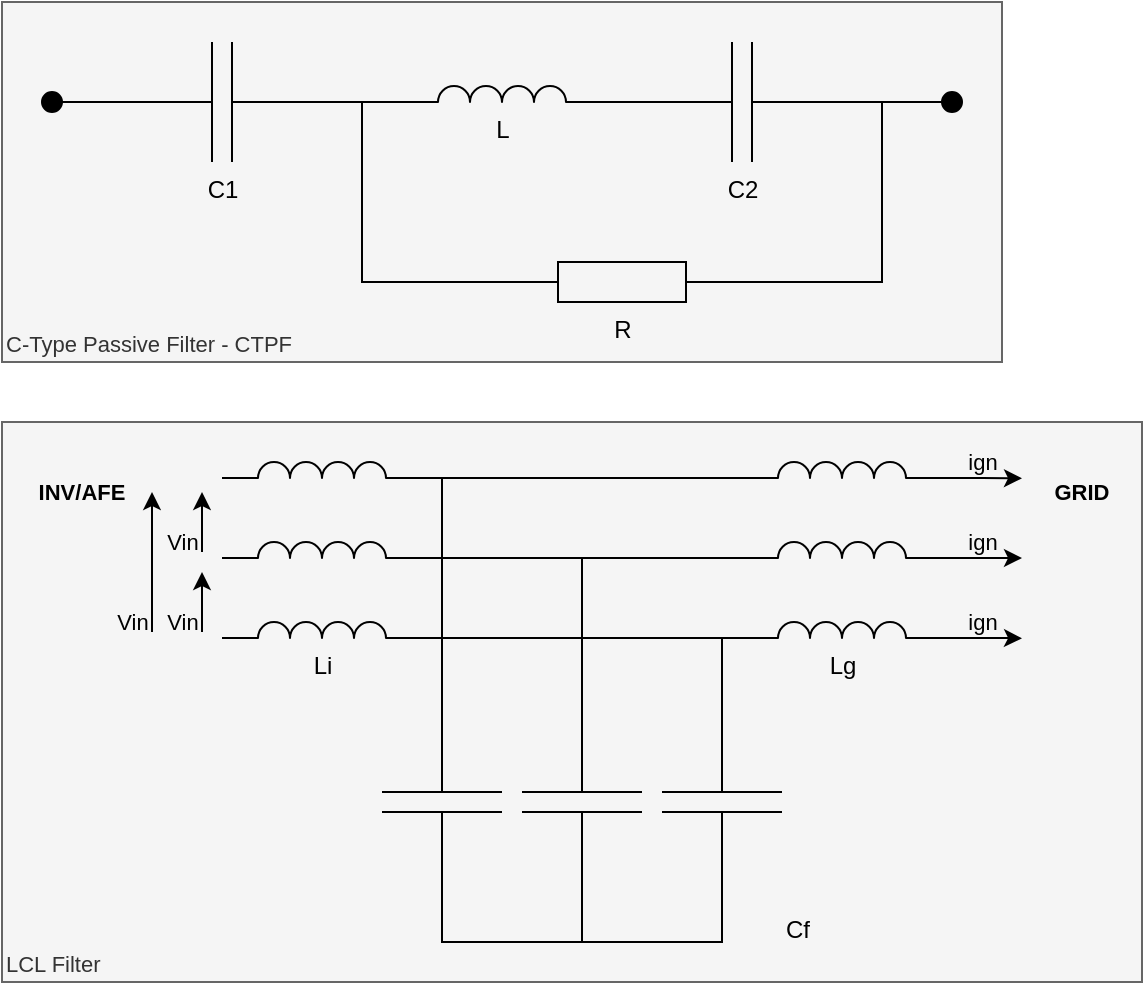
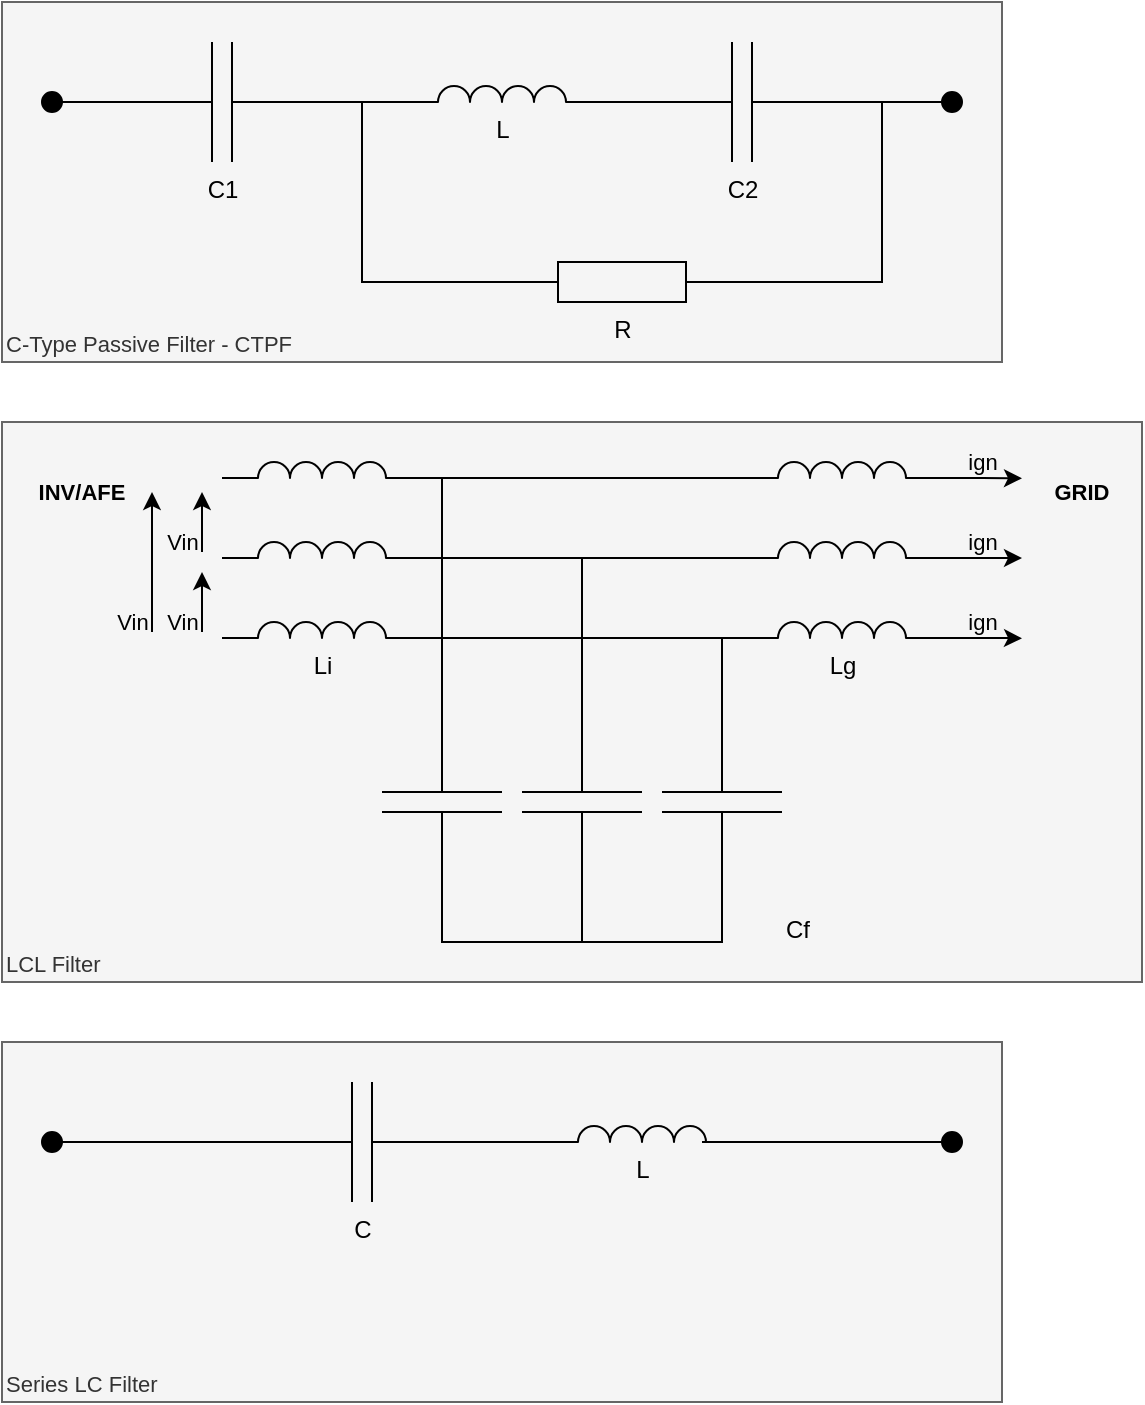
<mxfile host="Electron">
  <diagram name="CTPF" id="x4xFcfhwSQwX6V_FQ3n5" viewBox="-135 0 1438 874 1">
-     <mxGraphModel dx="1414" dy="849" grid="1" gridSize="10" guides="1" tooltips="1" connect="1" arrows="1" fold="1" page="1" pageScale="1" pageWidth="1654" pageHeight="1169" math="0" shadow="0">
+     <mxGraphModel dx="1414" dy="844" grid="1" gridSize="10" guides="1" tooltips="1" connect="1" arrows="1" fold="1" page="1" pageScale="1" pageWidth="1654" pageHeight="1169" math="0" shadow="0">
      <root>
        <mxCell id="0" />
        <mxCell id="1" parent="0" />
        <mxCell id="cPqXYeygmooxPkBjhbgU-29" parent="1" style="rounded=0;whiteSpace=wrap;html=1;fontFamily=Helvetica;fontSize=11;fontColor=#333333;labelBackgroundColor=none;fillColor=#f5f5f5;strokeColor=#666666;verticalAlign=bottom;align=left;" value="LCL Filter" vertex="1">
          <mxGeometry height="280" width="570" x="40" y="250" as="geometry" />
        </mxCell>
        <mxCell id="cFjBPHRrkPQ9D8P8pO_k-18" parent="1" style="rounded=0;whiteSpace=wrap;html=1;fontFamily=Helvetica;fontSize=11;fontColor=#333333;labelBackgroundColor=none;fillColor=#f5f5f5;strokeColor=#666666;verticalAlign=bottom;align=left;" value="C-Type Passive Filter - CTPF" vertex="1">
          <mxGeometry height="180" width="500" x="40" y="40" as="geometry" />
        </mxCell>
        <mxCell id="cFjBPHRrkPQ9D8P8pO_k-12" edge="1" parent="1" source="cFjBPHRrkPQ9D8P8pO_k-1" style="edgeStyle=orthogonalEdgeStyle;shape=connector;rounded=0;orthogonalLoop=1;jettySize=auto;html=1;exitX=0;exitY=0.5;exitDx=0;exitDy=0;exitPerimeter=0;entryX=1;entryY=0.5;entryDx=0;entryDy=0;strokeColor=default;align=center;verticalAlign=middle;fontFamily=Helvetica;fontSize=11;fontColor=default;labelBackgroundColor=default;endArrow=none;endFill=0;" target="cFjBPHRrkPQ9D8P8pO_k-16">
          <mxGeometry relative="1" as="geometry">
            <mxPoint x="70.00000000000819" y="90" as="targetPoint" />
          </mxGeometry>
        </mxCell>
        <mxCell id="cFjBPHRrkPQ9D8P8pO_k-1" parent="1" style="pointerEvents=1;verticalLabelPosition=bottom;shadow=0;dashed=0;align=center;html=1;verticalAlign=top;shape=mxgraph.electrical.capacitors.capacitor_1;" value="C1" vertex="1">
          <mxGeometry height="60" width="100" x="100" y="60" as="geometry" />
        </mxCell>
        <mxCell id="cFjBPHRrkPQ9D8P8pO_k-15" edge="1" parent="1" source="cFjBPHRrkPQ9D8P8pO_k-2" style="edgeStyle=orthogonalEdgeStyle;shape=connector;rounded=0;orthogonalLoop=1;jettySize=auto;html=1;exitX=1;exitY=0.5;exitDx=0;exitDy=0;exitPerimeter=0;entryX=0;entryY=0.5;entryDx=0;entryDy=0;strokeColor=default;align=center;verticalAlign=middle;fontFamily=Helvetica;fontSize=11;fontColor=default;labelBackgroundColor=default;endArrow=none;endFill=0;" target="cFjBPHRrkPQ9D8P8pO_k-13">
          <mxGeometry relative="1" as="geometry" />
        </mxCell>
        <mxCell id="cFjBPHRrkPQ9D8P8pO_k-2" parent="1" style="pointerEvents=1;verticalLabelPosition=bottom;shadow=0;dashed=0;align=center;html=1;verticalAlign=top;shape=mxgraph.electrical.capacitors.capacitor_1;" value="C2" vertex="1">
          <mxGeometry height="60" width="100" x="360" y="60" as="geometry" />
        </mxCell>
        <mxCell id="cFjBPHRrkPQ9D8P8pO_k-3" parent="1" style="pointerEvents=1;verticalLabelPosition=bottom;shadow=0;dashed=0;align=center;html=1;verticalAlign=top;shape=mxgraph.electrical.inductors.inductor_3;" value="L" vertex="1">
          <mxGeometry height="8" width="100" x="240" y="82" as="geometry" />
        </mxCell>
        <mxCell id="cFjBPHRrkPQ9D8P8pO_k-4" parent="1" style="pointerEvents=1;verticalLabelPosition=bottom;shadow=0;dashed=0;align=center;html=1;verticalAlign=top;shape=mxgraph.electrical.resistors.resistor_1;fillColor=none;" value="R" vertex="1">
          <mxGeometry height="20" width="100" x="300" y="170" as="geometry" />
        </mxCell>
        <mxCell id="cFjBPHRrkPQ9D8P8pO_k-5" edge="1" parent="1" source="cFjBPHRrkPQ9D8P8pO_k-3" style="edgeStyle=orthogonalEdgeStyle;rounded=0;orthogonalLoop=1;jettySize=auto;html=1;exitX=1;exitY=1;exitDx=0;exitDy=0;exitPerimeter=0;entryX=0;entryY=0.5;entryDx=0;entryDy=0;entryPerimeter=0;endArrow=none;endFill=0;" target="cFjBPHRrkPQ9D8P8pO_k-2">
          <mxGeometry relative="1" as="geometry" />
        </mxCell>
        <mxCell id="cFjBPHRrkPQ9D8P8pO_k-6" edge="1" parent="1" source="cFjBPHRrkPQ9D8P8pO_k-2" style="edgeStyle=orthogonalEdgeStyle;shape=connector;rounded=0;orthogonalLoop=1;jettySize=auto;html=1;exitX=1;exitY=0.5;exitDx=0;exitDy=0;exitPerimeter=0;entryX=1;entryY=0.5;entryDx=0;entryDy=0;entryPerimeter=0;strokeColor=default;align=center;verticalAlign=middle;fontFamily=Helvetica;fontSize=11;fontColor=default;labelBackgroundColor=default;endArrow=none;endFill=0;" target="cFjBPHRrkPQ9D8P8pO_k-4">
          <mxGeometry relative="1" as="geometry" />
        </mxCell>
        <mxCell id="cFjBPHRrkPQ9D8P8pO_k-7" edge="1" parent="1" source="cFjBPHRrkPQ9D8P8pO_k-3" style="edgeStyle=orthogonalEdgeStyle;shape=connector;rounded=0;orthogonalLoop=1;jettySize=auto;html=1;exitX=0;exitY=1;exitDx=0;exitDy=0;exitPerimeter=0;entryX=0;entryY=0.5;entryDx=0;entryDy=0;entryPerimeter=0;strokeColor=default;align=center;verticalAlign=middle;fontFamily=Helvetica;fontSize=11;fontColor=default;labelBackgroundColor=default;endArrow=none;endFill=0;" target="cFjBPHRrkPQ9D8P8pO_k-4">
          <mxGeometry relative="1" as="geometry">
            <Array as="points">
              <mxPoint x="220" y="90" />
              <mxPoint x="220" y="180" />
            </Array>
          </mxGeometry>
        </mxCell>
        <mxCell id="cFjBPHRrkPQ9D8P8pO_k-13" parent="1" style="ellipse;fillColor=strokeColor;html=1;fontFamily=Helvetica;fontSize=11;fontColor=default;labelBackgroundColor=default;aspect=fixed;" value="" vertex="1">
          <mxGeometry height="10" width="10" x="510" y="85" as="geometry" />
        </mxCell>
        <mxCell id="cFjBPHRrkPQ9D8P8pO_k-16" parent="1" style="ellipse;fillColor=strokeColor;html=1;fontFamily=Helvetica;fontSize=11;fontColor=default;labelBackgroundColor=default;aspect=fixed;" value="" vertex="1">
          <mxGeometry height="10" width="10" x="60" y="85" as="geometry" />
        </mxCell>
        <mxCell id="cFjBPHRrkPQ9D8P8pO_k-17" edge="1" parent="1" source="cFjBPHRrkPQ9D8P8pO_k-1" style="edgeStyle=orthogonalEdgeStyle;shape=connector;rounded=0;orthogonalLoop=1;jettySize=auto;html=1;exitX=1;exitY=0.5;exitDx=0;exitDy=0;exitPerimeter=0;entryX=0;entryY=1;entryDx=0;entryDy=0;entryPerimeter=0;strokeColor=default;align=center;verticalAlign=middle;fontFamily=Helvetica;fontSize=11;fontColor=default;labelBackgroundColor=default;endArrow=none;endFill=0;" target="cFjBPHRrkPQ9D8P8pO_k-3">
          <mxGeometry relative="1" as="geometry">
            <Array as="points">
              <mxPoint x="230" y="90" />
              <mxPoint x="230" y="90" />
            </Array>
          </mxGeometry>
        </mxCell>
        <mxCell id="cPqXYeygmooxPkBjhbgU-1" parent="1" style="pointerEvents=1;verticalLabelPosition=bottom;shadow=0;dashed=0;align=center;html=1;verticalAlign=top;shape=mxgraph.electrical.inductors.inductor_3;labelBackgroundColor=none;" value="" vertex="1">
          <mxGeometry height="8" width="100" x="150" y="270" as="geometry" />
        </mxCell>
        <mxCell id="cPqXYeygmooxPkBjhbgU-2" edge="1" parent="1" source="cPqXYeygmooxPkBjhbgU-1" style="edgeStyle=orthogonalEdgeStyle;rounded=0;orthogonalLoop=1;jettySize=auto;html=1;exitX=1;exitY=1;exitDx=0;exitDy=0;exitPerimeter=0;entryX=0;entryY=1;entryDx=0;entryDy=0;entryPerimeter=0;endArrow=none;endFill=0;labelBackgroundColor=none;" target="cPqXYeygmooxPkBjhbgU-7">
          <mxGeometry relative="1" as="geometry">
            <Array as="points">
              <mxPoint x="310" y="278" />
              <mxPoint x="310" y="278" />
            </Array>
            <mxPoint x="230" y="278" as="targetPoint" />
          </mxGeometry>
        </mxCell>
        <mxCell id="cPqXYeygmooxPkBjhbgU-3" parent="1" style="pointerEvents=1;verticalLabelPosition=bottom;shadow=0;dashed=0;align=center;html=1;verticalAlign=top;shape=mxgraph.electrical.inductors.inductor_3;labelBackgroundColor=none;" value="" vertex="1">
          <mxGeometry height="8" width="100" x="150" y="310" as="geometry" />
        </mxCell>
        <mxCell id="cPqXYeygmooxPkBjhbgU-4" edge="1" parent="1" source="cPqXYeygmooxPkBjhbgU-3" style="edgeStyle=orthogonalEdgeStyle;rounded=0;orthogonalLoop=1;jettySize=auto;html=1;exitX=1;exitY=1;exitDx=0;exitDy=0;exitPerimeter=0;entryX=0;entryY=1;entryDx=0;entryDy=0;entryPerimeter=0;endArrow=none;endFill=0;labelBackgroundColor=none;" target="cPqXYeygmooxPkBjhbgU-9">
          <mxGeometry relative="1" as="geometry">
            <Array as="points">
              <mxPoint x="300" y="318" />
              <mxPoint x="300" y="318" />
            </Array>
            <mxPoint x="230" y="318" as="targetPoint" />
          </mxGeometry>
        </mxCell>
        <mxCell id="cPqXYeygmooxPkBjhbgU-5" parent="1" style="pointerEvents=1;verticalLabelPosition=bottom;shadow=0;dashed=0;align=center;html=1;verticalAlign=top;shape=mxgraph.electrical.inductors.inductor_3;labelBackgroundColor=none;" value="Li" vertex="1">
          <mxGeometry height="8" width="100" x="150" y="350" as="geometry" />
        </mxCell>
        <mxCell id="cPqXYeygmooxPkBjhbgU-6" edge="1" parent="1" source="cPqXYeygmooxPkBjhbgU-5" style="edgeStyle=orthogonalEdgeStyle;rounded=0;orthogonalLoop=1;jettySize=auto;html=1;exitX=1;exitY=1;exitDx=0;exitDy=0;exitPerimeter=0;entryX=0;entryY=1;entryDx=0;entryDy=0;entryPerimeter=0;endArrow=none;endFill=0;labelBackgroundColor=none;" target="cPqXYeygmooxPkBjhbgU-11">
          <mxGeometry relative="1" as="geometry">
            <Array as="points">
              <mxPoint x="310" y="358" />
              <mxPoint x="310" y="358" />
            </Array>
            <mxPoint x="230" y="358" as="targetPoint" />
          </mxGeometry>
        </mxCell>
        <mxCell id="cPqXYeygmooxPkBjhbgU-23" edge="1" parent="1" source="cPqXYeygmooxPkBjhbgU-7" style="edgeStyle=orthogonalEdgeStyle;shape=connector;rounded=0;orthogonalLoop=1;jettySize=auto;html=1;exitX=1;exitY=1;exitDx=0;exitDy=0;exitPerimeter=0;strokeColor=default;align=center;verticalAlign=middle;fontFamily=Helvetica;fontSize=11;fontColor=default;labelBackgroundColor=none;endArrow=classic;endFill=1;" value="ign">
          <mxGeometry relative="1" y="8" as="geometry">
            <mxPoint as="offset" />
            <Array as="points">
              <mxPoint x="530" y="278" />
              <mxPoint x="530" y="278" />
            </Array>
            <mxPoint x="550" y="278.1379310344828" as="targetPoint" />
          </mxGeometry>
        </mxCell>
        <mxCell id="cPqXYeygmooxPkBjhbgU-7" parent="1" style="pointerEvents=1;verticalLabelPosition=bottom;shadow=0;dashed=0;align=center;html=1;verticalAlign=top;shape=mxgraph.electrical.inductors.inductor_3;labelBackgroundColor=none;" value="" vertex="1">
          <mxGeometry height="8" width="100" x="410" y="270" as="geometry" />
        </mxCell>
        <mxCell id="cPqXYeygmooxPkBjhbgU-24" edge="1" parent="1" source="cPqXYeygmooxPkBjhbgU-9" style="edgeStyle=orthogonalEdgeStyle;shape=connector;rounded=0;orthogonalLoop=1;jettySize=auto;html=1;exitX=1;exitY=1;exitDx=0;exitDy=0;exitPerimeter=0;strokeColor=default;align=center;verticalAlign=middle;fontFamily=Helvetica;fontSize=11;fontColor=default;labelBackgroundColor=none;endArrow=classic;endFill=1;" value="ign">
          <mxGeometry relative="1" y="8" as="geometry">
            <mxPoint as="offset" />
            <Array as="points">
              <mxPoint x="530" y="318" />
              <mxPoint x="530" y="318" />
            </Array>
            <mxPoint x="550" y="318" as="targetPoint" />
          </mxGeometry>
        </mxCell>
        <mxCell id="cPqXYeygmooxPkBjhbgU-9" parent="1" style="pointerEvents=1;verticalLabelPosition=bottom;shadow=0;dashed=0;align=center;html=1;verticalAlign=top;shape=mxgraph.electrical.inductors.inductor_3;labelBackgroundColor=none;" value="" vertex="1">
          <mxGeometry height="8" width="100" x="410" y="310" as="geometry" />
        </mxCell>
        <mxCell id="cPqXYeygmooxPkBjhbgU-25" edge="1" parent="1" source="cPqXYeygmooxPkBjhbgU-11" style="edgeStyle=orthogonalEdgeStyle;shape=connector;rounded=0;orthogonalLoop=1;jettySize=auto;html=1;exitX=1;exitY=1;exitDx=0;exitDy=0;exitPerimeter=0;strokeColor=default;align=center;verticalAlign=middle;fontFamily=Helvetica;fontSize=11;fontColor=default;labelBackgroundColor=none;endArrow=classic;endFill=1;" value="ign">
          <mxGeometry relative="1" y="8" as="geometry">
            <mxPoint as="offset" />
            <Array as="points">
              <mxPoint x="540" y="358" />
              <mxPoint x="540" y="358" />
            </Array>
            <mxPoint x="550" y="358.1379310344828" as="targetPoint" />
          </mxGeometry>
        </mxCell>
        <mxCell id="cPqXYeygmooxPkBjhbgU-11" parent="1" style="pointerEvents=1;verticalLabelPosition=bottom;shadow=0;dashed=0;align=center;html=1;verticalAlign=top;shape=mxgraph.electrical.inductors.inductor_3;labelBackgroundColor=none;" value="Lg" vertex="1">
          <mxGeometry height="8" width="100" x="410" y="350" as="geometry" />
        </mxCell>
        <mxCell id="cPqXYeygmooxPkBjhbgU-13" parent="1" style="pointerEvents=1;verticalLabelPosition=bottom;shadow=0;dashed=0;align=center;html=1;verticalAlign=top;shape=mxgraph.electrical.capacitors.capacitor_1;rotation=90;labelBackgroundColor=none;" value="" vertex="1">
          <mxGeometry height="60" width="100" x="280" y="410" as="geometry" />
        </mxCell>
        <mxCell id="cPqXYeygmooxPkBjhbgU-14" parent="1" style="pointerEvents=1;verticalLabelPosition=bottom;shadow=0;dashed=0;align=left;html=1;verticalAlign=top;shape=mxgraph.electrical.capacitors.capacitor_1;rotation=90;horizontal=0;labelPosition=right;labelBackgroundColor=none;" value="Cf" vertex="1">
          <mxGeometry height="60" width="100" x="350" y="410" as="geometry" />
        </mxCell>
        <mxCell id="cPqXYeygmooxPkBjhbgU-15" parent="1" style="pointerEvents=1;verticalLabelPosition=bottom;shadow=0;dashed=0;align=center;html=1;verticalAlign=top;shape=mxgraph.electrical.capacitors.capacitor_1;rotation=90;labelBackgroundColor=none;" value="" vertex="1">
          <mxGeometry height="60" width="100" x="210" y="410" as="geometry" />
        </mxCell>
        <mxCell id="cPqXYeygmooxPkBjhbgU-16" edge="1" parent="1" source="cPqXYeygmooxPkBjhbgU-15" style="edgeStyle=orthogonalEdgeStyle;rounded=0;orthogonalLoop=1;jettySize=auto;html=1;exitX=0;exitY=0.5;exitDx=0;exitDy=0;exitPerimeter=0;entryX=1;entryY=1;entryDx=0;entryDy=0;entryPerimeter=0;endArrow=none;endFill=0;labelBackgroundColor=none;" target="cPqXYeygmooxPkBjhbgU-1">
          <mxGeometry relative="1" as="geometry">
            <Array as="points">
              <mxPoint x="260" y="278" />
            </Array>
          </mxGeometry>
        </mxCell>
        <mxCell id="cPqXYeygmooxPkBjhbgU-17" edge="1" parent="1" source="cPqXYeygmooxPkBjhbgU-13" style="edgeStyle=orthogonalEdgeStyle;shape=connector;rounded=0;orthogonalLoop=1;jettySize=auto;html=1;exitX=0;exitY=0.5;exitDx=0;exitDy=0;exitPerimeter=0;entryX=1;entryY=1;entryDx=0;entryDy=0;entryPerimeter=0;strokeColor=default;align=center;verticalAlign=middle;fontFamily=Helvetica;fontSize=11;fontColor=default;labelBackgroundColor=none;endArrow=none;endFill=0;" target="cPqXYeygmooxPkBjhbgU-3">
          <mxGeometry relative="1" as="geometry">
            <Array as="points">
              <mxPoint x="330" y="318" />
            </Array>
          </mxGeometry>
        </mxCell>
        <mxCell id="cPqXYeygmooxPkBjhbgU-18" edge="1" parent="1" source="cPqXYeygmooxPkBjhbgU-14" style="edgeStyle=orthogonalEdgeStyle;shape=connector;rounded=0;orthogonalLoop=1;jettySize=auto;html=1;exitX=0;exitY=0.5;exitDx=0;exitDy=0;exitPerimeter=0;entryX=1;entryY=1;entryDx=0;entryDy=0;entryPerimeter=0;strokeColor=default;align=center;verticalAlign=middle;fontFamily=Helvetica;fontSize=11;fontColor=default;labelBackgroundColor=none;endArrow=none;endFill=0;" target="cPqXYeygmooxPkBjhbgU-5">
          <mxGeometry relative="1" as="geometry">
            <Array as="points">
              <mxPoint x="400" y="358" />
            </Array>
          </mxGeometry>
        </mxCell>
        <mxCell id="cPqXYeygmooxPkBjhbgU-19" edge="1" parent="1" source="cPqXYeygmooxPkBjhbgU-15" style="edgeStyle=orthogonalEdgeStyle;shape=connector;rounded=0;orthogonalLoop=1;jettySize=auto;html=1;exitX=1;exitY=0.5;exitDx=0;exitDy=0;exitPerimeter=0;entryX=1;entryY=0.5;entryDx=0;entryDy=0;entryPerimeter=0;strokeColor=default;align=center;verticalAlign=middle;fontFamily=Helvetica;fontSize=11;fontColor=default;labelBackgroundColor=none;endArrow=none;endFill=0;" target="cPqXYeygmooxPkBjhbgU-13">
          <mxGeometry relative="1" as="geometry" />
        </mxCell>
        <mxCell id="cPqXYeygmooxPkBjhbgU-20" edge="1" parent="1" source="cPqXYeygmooxPkBjhbgU-14" style="edgeStyle=orthogonalEdgeStyle;shape=connector;rounded=0;orthogonalLoop=1;jettySize=auto;html=1;exitX=1;exitY=0.5;exitDx=0;exitDy=0;exitPerimeter=0;entryX=1;entryY=0.5;entryDx=0;entryDy=0;entryPerimeter=0;strokeColor=default;align=center;verticalAlign=middle;fontFamily=Helvetica;fontSize=11;fontColor=default;labelBackgroundColor=none;endArrow=none;endFill=0;" target="cPqXYeygmooxPkBjhbgU-13">
          <mxGeometry relative="1" as="geometry" />
        </mxCell>
        <mxCell id="cPqXYeygmooxPkBjhbgU-21" parent="1" style="text;html=1;whiteSpace=wrap;strokeColor=none;fillColor=none;align=center;verticalAlign=middle;rounded=0;fontFamily=Helvetica;fontSize=11;fontColor=default;labelBackgroundColor=none;fontStyle=1" value="INV/AFE" vertex="1">
          <mxGeometry height="30" width="60" x="50" y="270" as="geometry" />
        </mxCell>
        <mxCell id="cPqXYeygmooxPkBjhbgU-22" parent="1" style="text;html=1;whiteSpace=wrap;strokeColor=none;fillColor=none;align=center;verticalAlign=middle;rounded=0;fontFamily=Helvetica;fontSize=11;fontColor=default;labelBackgroundColor=none;fontStyle=1" value="GRID" vertex="1">
          <mxGeometry height="30" width="60" x="550" y="270" as="geometry" />
        </mxCell>
        <mxCell id="cPqXYeygmooxPkBjhbgU-26" edge="1" parent="1" style="endArrow=classic;html=1;rounded=0;strokeColor=default;align=center;verticalAlign=middle;fontFamily=Helvetica;fontSize=11;fontColor=default;labelBackgroundColor=none;edgeStyle=orthogonalEdgeStyle;" value="Vin">
          <mxGeometry height="50" relative="1" width="50" x="-0.6667" y="10" as="geometry">
            <mxPoint as="offset" />
            <mxPoint x="140" y="315" as="sourcePoint" />
            <mxPoint x="140" y="285" as="targetPoint" />
          </mxGeometry>
        </mxCell>
        <mxCell id="cPqXYeygmooxPkBjhbgU-27" edge="1" parent="1" style="endArrow=classic;html=1;rounded=0;strokeColor=default;align=center;verticalAlign=middle;fontFamily=Helvetica;fontSize=11;fontColor=default;labelBackgroundColor=none;edgeStyle=orthogonalEdgeStyle;" value="Vin">
          <mxGeometry height="50" relative="1" width="50" x="-0.6667" y="10" as="geometry">
            <mxPoint as="offset" />
            <mxPoint x="140" y="355" as="sourcePoint" />
            <mxPoint x="140" y="325" as="targetPoint" />
          </mxGeometry>
        </mxCell>
        <mxCell id="cPqXYeygmooxPkBjhbgU-28" edge="1" parent="1" style="endArrow=classic;html=1;rounded=0;strokeColor=default;align=center;verticalAlign=middle;fontFamily=Helvetica;fontSize=11;fontColor=default;labelBackgroundColor=none;edgeStyle=orthogonalEdgeStyle;" value="Vin">
          <mxGeometry height="50" relative="1" width="50" x="-0.8571" y="10" as="geometry">
            <mxPoint as="offset" />
            <mxPoint x="115" y="355" as="sourcePoint" />
            <mxPoint x="115" y="285" as="targetPoint" />
          </mxGeometry>
        </mxCell>
+         <mxCell id="sDrpep9wG1YpibPcG26C-1" parent="1" style="rounded=0;whiteSpace=wrap;html=1;fontFamily=Helvetica;fontSize=11;fontColor=#333333;labelBackgroundColor=none;fillColor=#f5f5f5;strokeColor=#666666;verticalAlign=bottom;align=left;" value="Series LC Filter" vertex="1">
+           <mxGeometry height="180" width="500" x="40" y="560" as="geometry" />
+         </mxCell>
+         <mxCell id="sDrpep9wG1YpibPcG26C-2" edge="1" parent="1" source="sDrpep9wG1YpibPcG26C-3" style="edgeStyle=orthogonalEdgeStyle;shape=connector;rounded=0;orthogonalLoop=1;jettySize=auto;html=1;exitX=0;exitY=0.5;exitDx=0;exitDy=0;exitPerimeter=0;entryX=1;entryY=0.5;entryDx=0;entryDy=0;strokeColor=default;align=center;verticalAlign=middle;fontFamily=Helvetica;fontSize=11;fontColor=default;labelBackgroundColor=default;endArrow=none;endFill=0;" target="sDrpep9wG1YpibPcG26C-12">
+           <mxGeometry relative="1" as="geometry">
+             <mxPoint x="70.00000000000819" y="610" as="targetPoint" />
+           </mxGeometry>
+         </mxCell>
+         <mxCell id="sDrpep9wG1YpibPcG26C-3" parent="1" style="pointerEvents=1;verticalLabelPosition=bottom;shadow=0;dashed=0;align=center;html=1;verticalAlign=top;shape=mxgraph.electrical.capacitors.capacitor_1;" value="C" vertex="1">
+           <mxGeometry height="60" width="100" x="170" y="580" as="geometry" />
+         </mxCell>
+         <mxCell id="sDrpep9wG1YpibPcG26C-6" parent="1" style="pointerEvents=1;verticalLabelPosition=bottom;shadow=0;dashed=0;align=center;html=1;verticalAlign=top;shape=mxgraph.electrical.inductors.inductor_3;" value="L" vertex="1">
+           <mxGeometry height="8" width="100" x="310" y="602" as="geometry" />
+         </mxCell>
+         <mxCell id="sDrpep9wG1YpibPcG26C-8" edge="1" parent="1" source="sDrpep9wG1YpibPcG26C-6" style="edgeStyle=orthogonalEdgeStyle;rounded=0;orthogonalLoop=1;jettySize=auto;html=1;exitX=1;exitY=1;exitDx=0;exitDy=0;exitPerimeter=0;entryX=0;entryY=0.5;entryDx=0;entryDy=0;endArrow=none;endFill=0;" target="sDrpep9wG1YpibPcG26C-11">
+           <mxGeometry relative="1" as="geometry">
+             <Array as="points">
+               <mxPoint x="390" y="610" />
+               <mxPoint x="390" y="610" />
+             </Array>
+             <mxPoint x="360" y="610" as="targetPoint" />
+           </mxGeometry>
+         </mxCell>
+         <mxCell id="sDrpep9wG1YpibPcG26C-11" parent="1" style="ellipse;fillColor=strokeColor;html=1;fontFamily=Helvetica;fontSize=11;fontColor=default;labelBackgroundColor=default;aspect=fixed;" value="" vertex="1">
+           <mxGeometry height="10" width="10" x="510" y="605" as="geometry" />
+         </mxCell>
+         <mxCell id="sDrpep9wG1YpibPcG26C-12" parent="1" style="ellipse;fillColor=strokeColor;html=1;fontFamily=Helvetica;fontSize=11;fontColor=default;labelBackgroundColor=default;aspect=fixed;" value="" vertex="1">
+           <mxGeometry height="10" width="10" x="60" y="605" as="geometry" />
+         </mxCell>
+         <mxCell id="sDrpep9wG1YpibPcG26C-13" edge="1" parent="1" source="sDrpep9wG1YpibPcG26C-3" style="edgeStyle=orthogonalEdgeStyle;shape=connector;rounded=0;orthogonalLoop=1;jettySize=auto;html=1;exitX=1;exitY=0.5;exitDx=0;exitDy=0;exitPerimeter=0;entryX=0;entryY=1;entryDx=0;entryDy=0;entryPerimeter=0;strokeColor=default;align=center;verticalAlign=middle;fontFamily=Helvetica;fontSize=11;fontColor=default;labelBackgroundColor=default;endArrow=none;endFill=0;" target="sDrpep9wG1YpibPcG26C-6">
+           <mxGeometry relative="1" as="geometry">
+             <Array as="points">
+               <mxPoint x="300" y="610" />
+               <mxPoint x="300" y="610" />
+             </Array>
+           </mxGeometry>
+         </mxCell>
      </root>
    </mxGraphModel>
  </diagram>
</mxfile>
